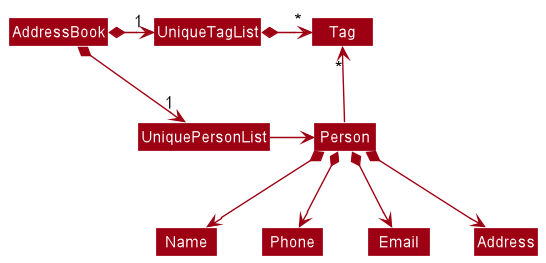
Earlier version of the PlantUML export docs/images/BetterModelClassDiagram.png (nus-cs2103-AY2223S1/tp).
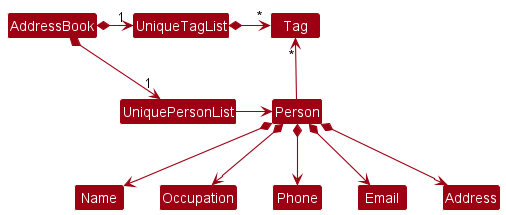
The same diagram one commit later.

Diff of the diagram source:
```diff
@@ -15,6 +15,7 @@
 Person -up-> "*" Tag
 
 Person *--> Name
+Person *--> Occupation
 Person *--> Phone
 Person *--> Email
 Person *--> Address
```
